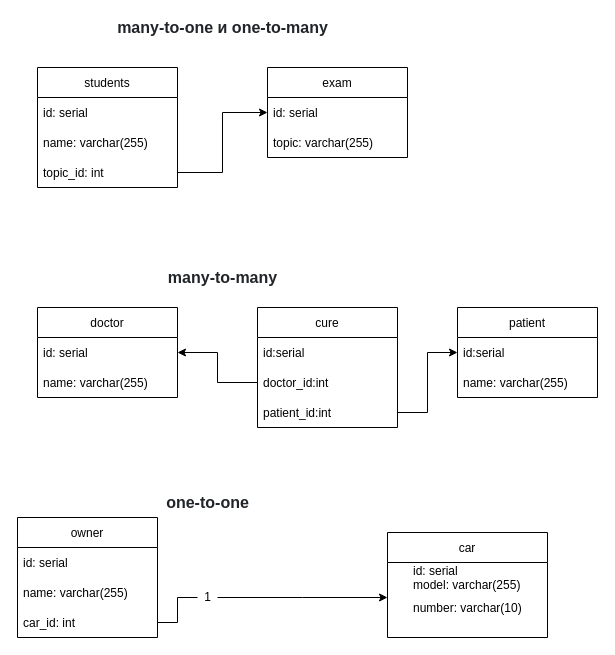
Above: data/rel.drawio in waterpoleg/job4j_design (draw.io), before the change. Source tidied: cells renumbered, new cells numbered last; positions are measured from the earlier drawing's top-left corner, leaving out a move shared by most shapes. Both pictures are drawn from the tidied source at 100%, with x=0, y=0 at pixel (17, 17).
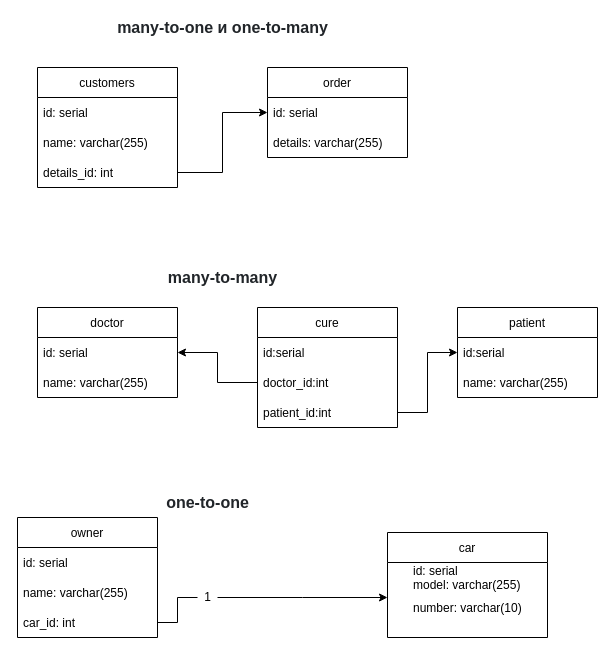
The same page after the edit.

What changed in the source:
```diff
@@
-    <mxCell id="2" value="students" style="swimlane;fontStyle=0;horizontal=1;startSize=30;" parent="1" vertex="1">
+    <mxCell id="2" value="customers" style="swimlane;fontStyle=0;horizontal=1;startSize=30;" parent="1" vertex="1">
       <mxGeometry x="20" y="50" width="140" height="120" as="geometry" />
     </mxCell>
@@
-    <mxCell id="5" value="topic_id: int" style="text;strokeColor=none;fillColor=none;align=left;verticalAlign=middle;spacingLeft=4;spacingRight=4;overflow=hidden;points=[[0,0.5],[1,0.5]];portConstraint=eastwest;" parent="2" vertex="1">
+    <mxCell id="5" value="details_id: int" style="text;strokeColor=none;fillColor=none;align=left;verticalAlign=middle;spacingLeft=4;spacingRight=4;overflow=hidden;points=[[0,0.5],[1,0.5]];portConstraint=eastwest;" parent="2" vertex="1">
       <mxGeometry y="90" width="140" height="30" as="geometry" />
     </mxCell>
-    <mxCell id="6" value="exam" style="swimlane;fontStyle=0;horizontal=1;startSize=30;" parent="1" vertex="1">
+    <mxCell id="6" value="order" style="swimlane;fontStyle=0;horizontal=1;startSize=30;" parent="1" vertex="1">
       <mxGeometry x="250" y="50" width="140" height="90" as="geometry" />
     </mxCell>
@@
-    <mxCell id="8" value="topic: varchar(255)" style="text;strokeColor=none;fillColor=none;align=left;verticalAlign=middle;spacingLeft=4;spacingRight=4;overflow=hidden;" parent="6" vertex="1">
+    <mxCell id="8" value="details: varchar(255)" style="text;strokeColor=none;fillColor=none;align=left;verticalAlign=middle;spacingLeft=4;spacingRight=4;overflow=hidden;" parent="6" vertex="1">
       <mxGeometry y="60" width="140" height="30" as="geometry" />
     </mxCell>
```
